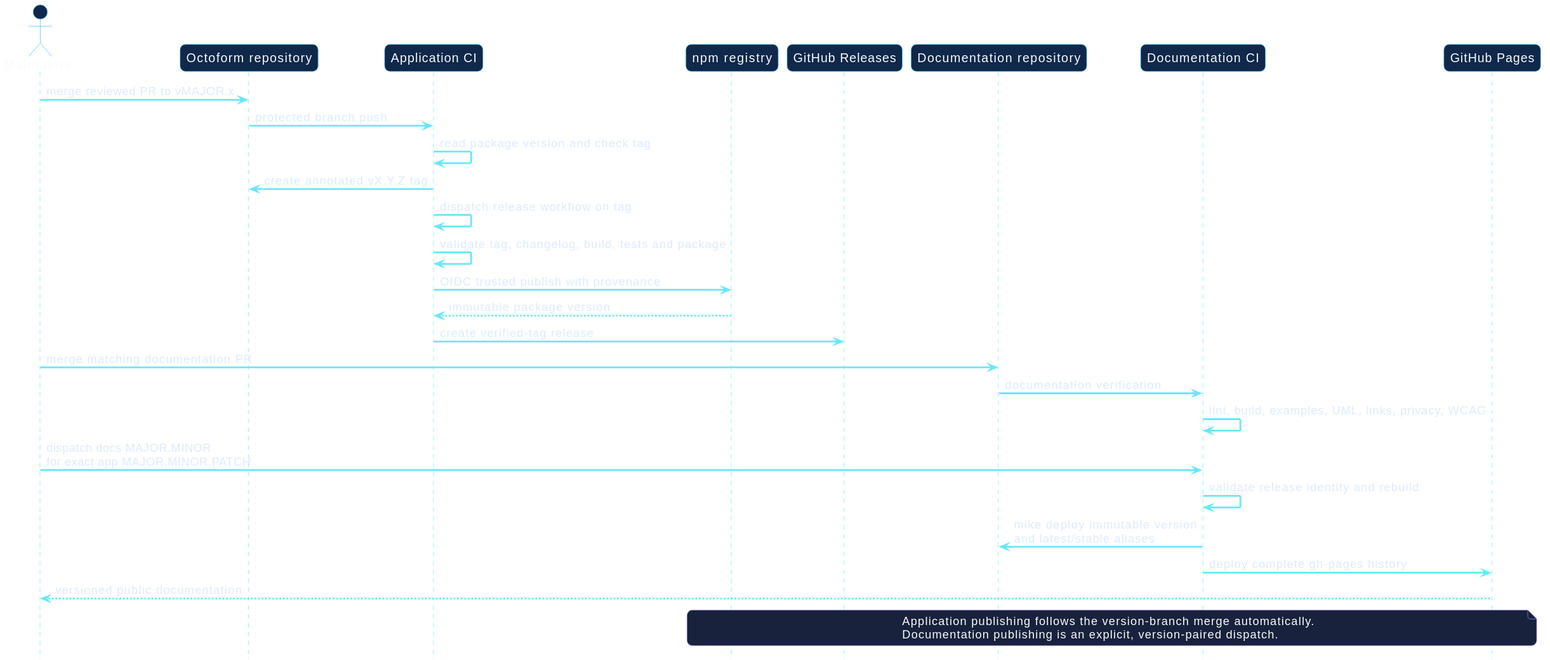
Earlier version of the PlantUML export docs/assets/diagrams/release-pipelines.svg (hector-ae21/octoform-docs).
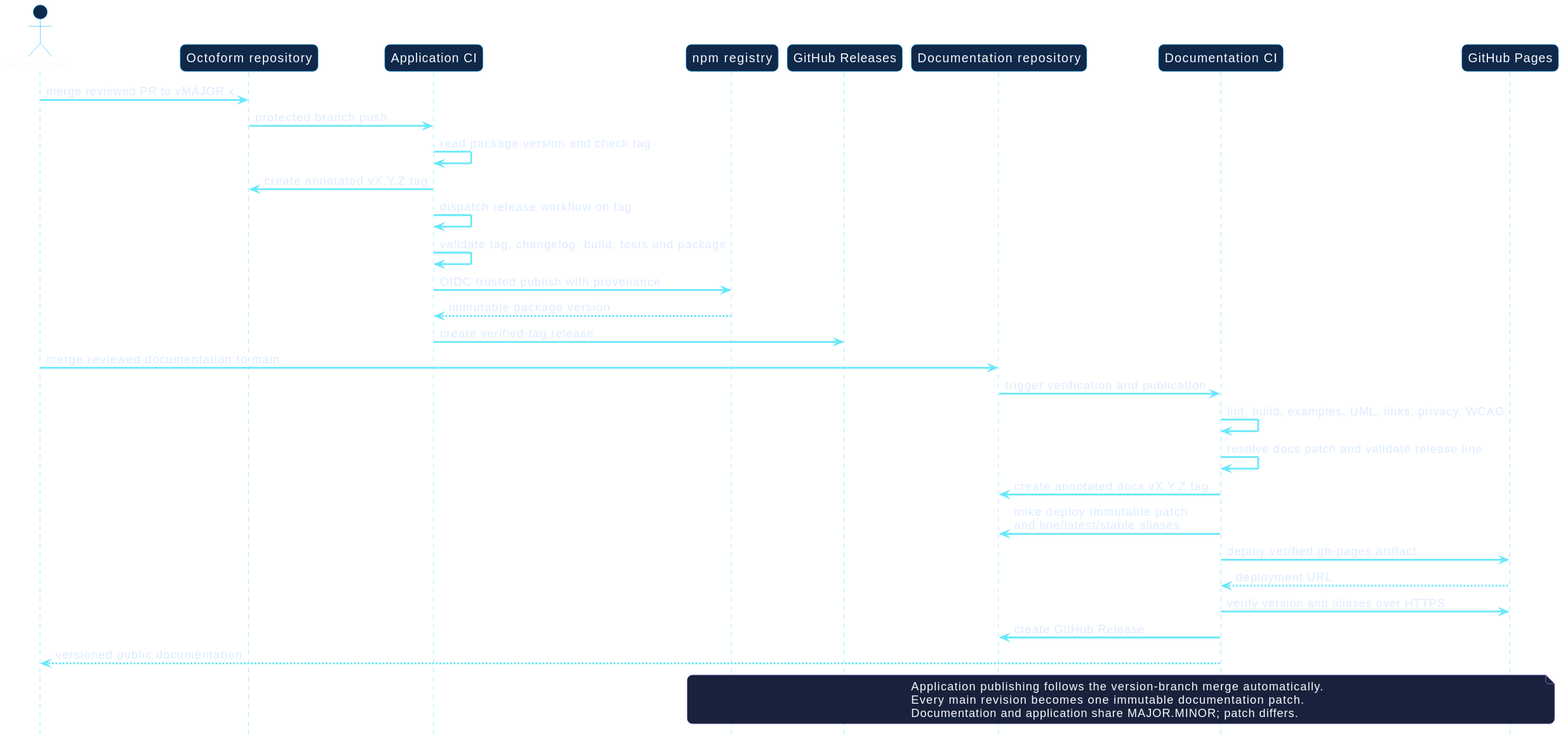
Later version of the same file.

Commit message:
docs(release): document automatic versioning contract

Change to the diagram source:
```diff
@@ -21,17 +21,21 @@
 NPM --> AppCI : immutable package version
 AppCI -> Releases : create verified-tag release
 
-Maintainer -> DocsRepo : merge matching documentation PR
-DocsRepo -> DocsCI : documentation verification
+Maintainer -> DocsRepo : merge reviewed documentation to main
+DocsRepo -> DocsCI : trigger verification and publication
 DocsCI -> DocsCI : lint, build, examples, UML, links, privacy, WCAG
-Maintainer -> DocsCI : dispatch docs MAJOR.MINOR\nfor exact app MAJOR.MINOR.PATCH
-DocsCI -> DocsCI : validate release identity and rebuild
-DocsCI -> DocsRepo : mike deploy immutable version\nand latest/stable aliases
-DocsCI -> Pages : deploy complete gh-pages history
-Pages --> Maintainer : versioned public documentation
+DocsCI -> DocsCI : resolve docs patch and validate release line
+DocsCI -> DocsRepo : create annotated docs vX.Y.Z tag
+DocsCI -> DocsRepo : mike deploy immutable patch\nand line/latest/stable aliases
+DocsCI -> Pages : deploy verified gh-pages artifact
+Pages --> DocsCI : deployment URL
+DocsCI -> Pages : verify version and aliases over HTTPS
+DocsCI -> DocsRepo : create GitHub Release
+DocsCI --> Maintainer : versioned public documentation
 
 note over NPM, Pages
   Application publishing follows the version-branch merge automatically.
-  Documentation publishing is an explicit, version-paired dispatch.
+  Every main revision becomes one immutable documentation patch.
+  Documentation and application share MAJOR.MINOR; patch differs.
 end note
 @enduml
```
